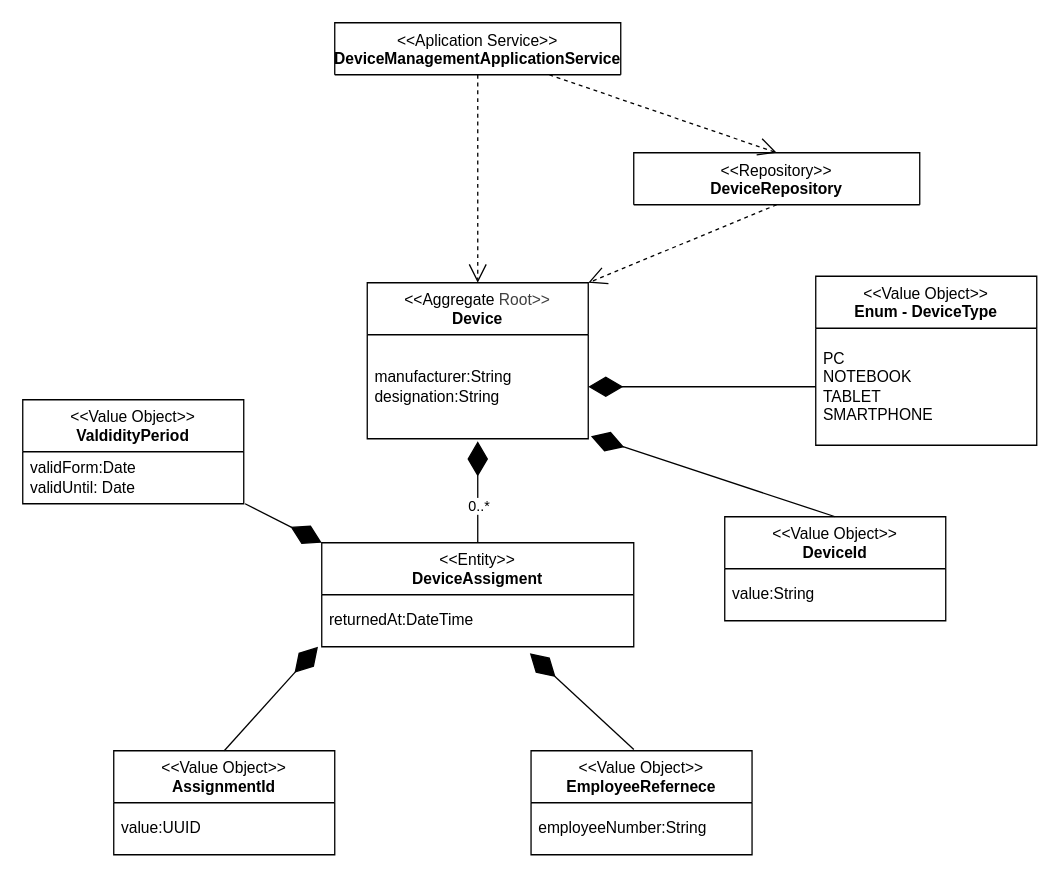
Earlier version of the draw.io diagram uml/device-management.drawio (AlexanderCoopmans/FSE-Mitarbeiterverwaltung-Example). Source tidied: cells renumbered, new cells numbered last; positions are measured from the earlier drawing's top-left corner, leaving out a move shared by most shapes. Both pictures are drawn from the tidied source at 130%, with x=0, y=0 at pixel (22, 22).
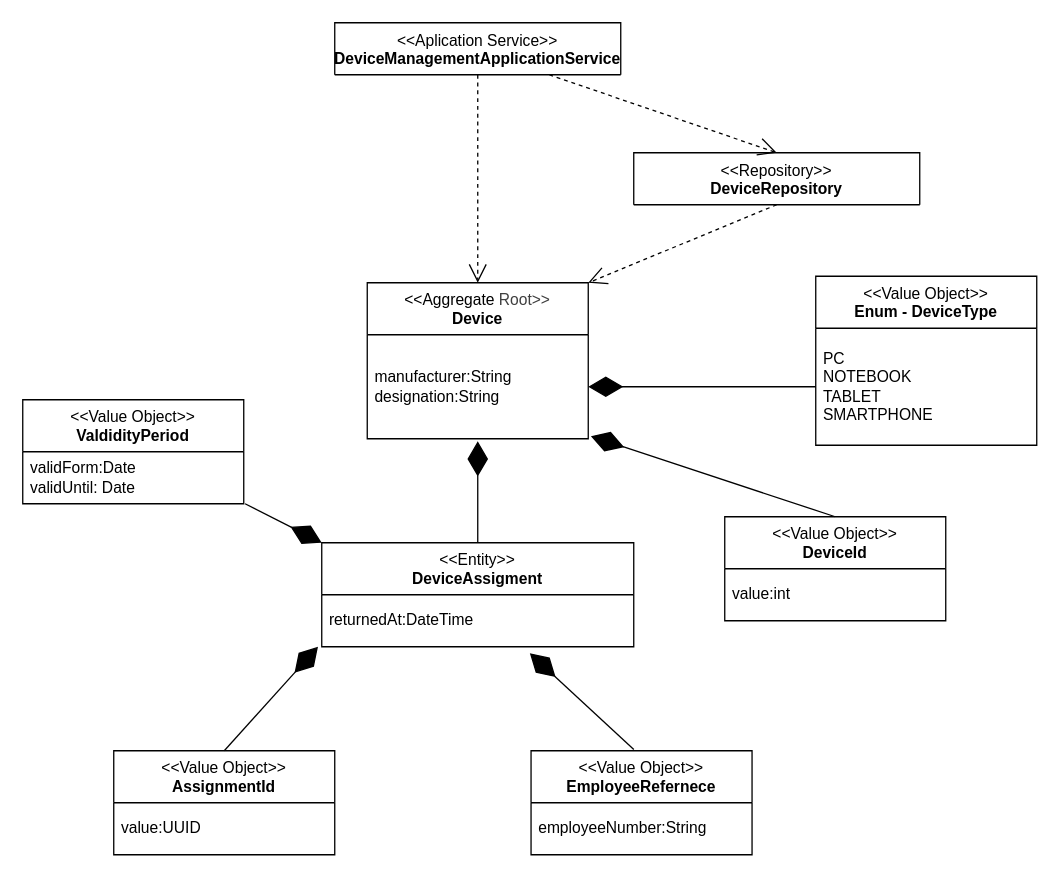
The same diagram, later.

Commit message (it also covers changes not shown here):
refactor: Reworked the relation between device and device assignment and switched the device id from String to int

The change refers to these unchanged cells:
```xml
<mxCell id="8" value="&lt;div style=&quot;&quot;&gt;&amp;lt;&amp;lt;Value Object&amp;gt;&amp;gt;&lt;/div&gt;&lt;div style=&quot;&quot;&gt;&lt;b&gt;DeviceId&lt;/b&gt;&lt;/div&gt;" style="swimlane;fontStyle=0;align=center;verticalAlign=top;horizontal=1;startSize=40;html=1;whiteSpace=wrap;" parent="1" vertex="1">
  <mxGeometry x="540" y="380" width="170" height="80" as="geometry" />
</mxCell>
<mxCell id="23" style="endArrow=diamondThin;endFill=1;endSize=24;html=1;rounded=0;exitX=0.5;exitY=0;exitDx=0;exitDy=0;entryX=0.5;entryY=1.025;entryDx=0;entryDy=0;entryPerimeter=0;" parent="1" edge="1" source="3" target="7">
  <mxGeometry relative="1" as="geometry" />
</mxCell>
```

Diff of the diagram source:
```diff
@@
-    <mxCell id="9" value="value:String" style="text;html=1;strokeColor=none;fillColor=none;align=left;verticalAlign=middle;spacingLeft=4;spacingRight=4;overflow=hidden;whiteSpace=wrap;" parent="8" vertex="1">
+    <mxCell id="9" value="value:int" style="text;html=1;strokeColor=none;fillColor=none;align=left;verticalAlign=middle;spacingLeft=4;spacingRight=4;overflow=hidden;whiteSpace=wrap;" parent="8" vertex="1">
       <mxGeometry y="40" width="170" height="40" as="geometry" />
     </mxCell>
@@
-    <mxCell id="24" value="0..*" style="edgeLabel;html=1;align=center;verticalAlign=middle;" parent="23" vertex="1">
-      <mxGeometry x="-0.25" y="-1" relative="1" as="geometry">
-        <mxPoint x="-1" as="offset" />
-      </mxGeometry>
-    </mxCell>
```
